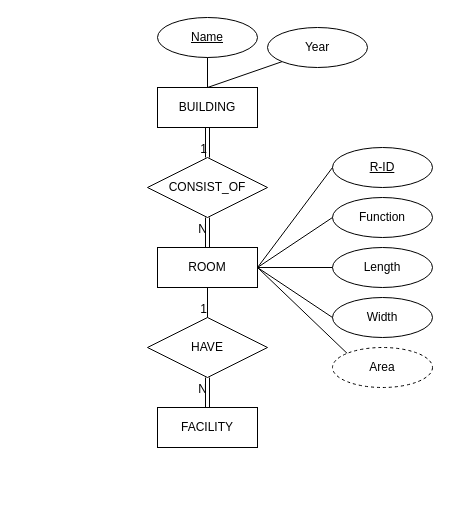
quangmnh/drawio keeps this draw.io diagram as laberd2.drawio. Above is the earlier version. Source tidied: cells renumbered, new cells numbered last; positions are measured from the earlier drawing's top-left corner, leaving out a move shared by most shapes. Both pictures are drawn from the tidied source at 100%, with x=0, y=0 at pixel (147, 17).
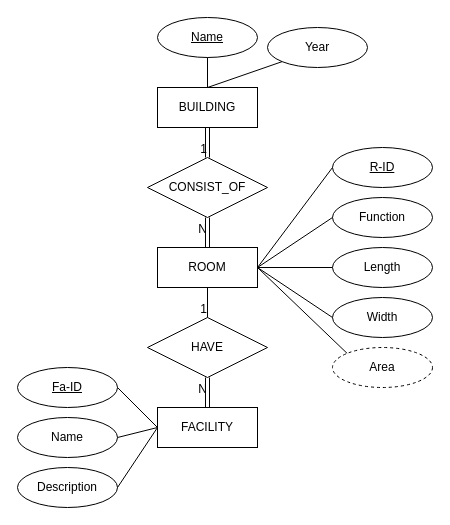
Above is the later version.

The change refers to these unchanged cells:
```xml
<mxCell id="23" value="FACILITY" style="whiteSpace=wrap;html=1;align=center;" parent="1" vertex="1">
  <mxGeometry x="10" y="390" width="100" height="40" as="geometry" />
</mxCell>
```

The edit, as a diff of the source:
```diff
@@
+    <mxCell id="29" value="&lt;u&gt;Fa-ID&lt;/u&gt;" style="ellipse;whiteSpace=wrap;html=1;align=center;" parent="1" vertex="1">
+      <mxGeometry x="-130" y="350" width="100" height="40" as="geometry" />
+    </mxCell>
+    <mxCell id="30" style="endArrow=none;html=1;rounded=0;entryX=1;entryY=0.5;entryDx=0;entryDy=0;exitX=0;exitY=0.5;exitDx=0;exitDy=0;" parent="1" edge="1" source="23" target="29">
+      <mxGeometry relative="1" as="geometry" />
+    </mxCell>
+    <mxCell id="31" value="Name" style="ellipse;whiteSpace=wrap;html=1;align=center;" parent="1" vertex="1">
+      <mxGeometry x="-130" y="400" width="100" height="40" as="geometry" />
+    </mxCell>
+    <mxCell id="32" style="endArrow=none;html=1;rounded=0;entryX=0;entryY=0.5;entryDx=0;entryDy=0;exitX=1;exitY=0.5;exitDx=0;exitDy=0;" parent="1" edge="1" source="31" target="23">
+      <mxGeometry relative="1" as="geometry" />
+    </mxCell>
+    <mxCell id="33" value="Description" style="ellipse;whiteSpace=wrap;html=1;align=center;" parent="1" vertex="1">
+      <mxGeometry x="-130" y="450" width="100" height="40" as="geometry" />
+    </mxCell>
+    <mxCell id="34" style="endArrow=none;html=1;rounded=0;entryX=0;entryY=0.5;entryDx=0;entryDy=0;exitX=1;exitY=0.5;exitDx=0;exitDy=0;" parent="1" edge="1" source="33" target="23">
+      <mxGeometry relative="1" as="geometry" />
+    </mxCell>
```
